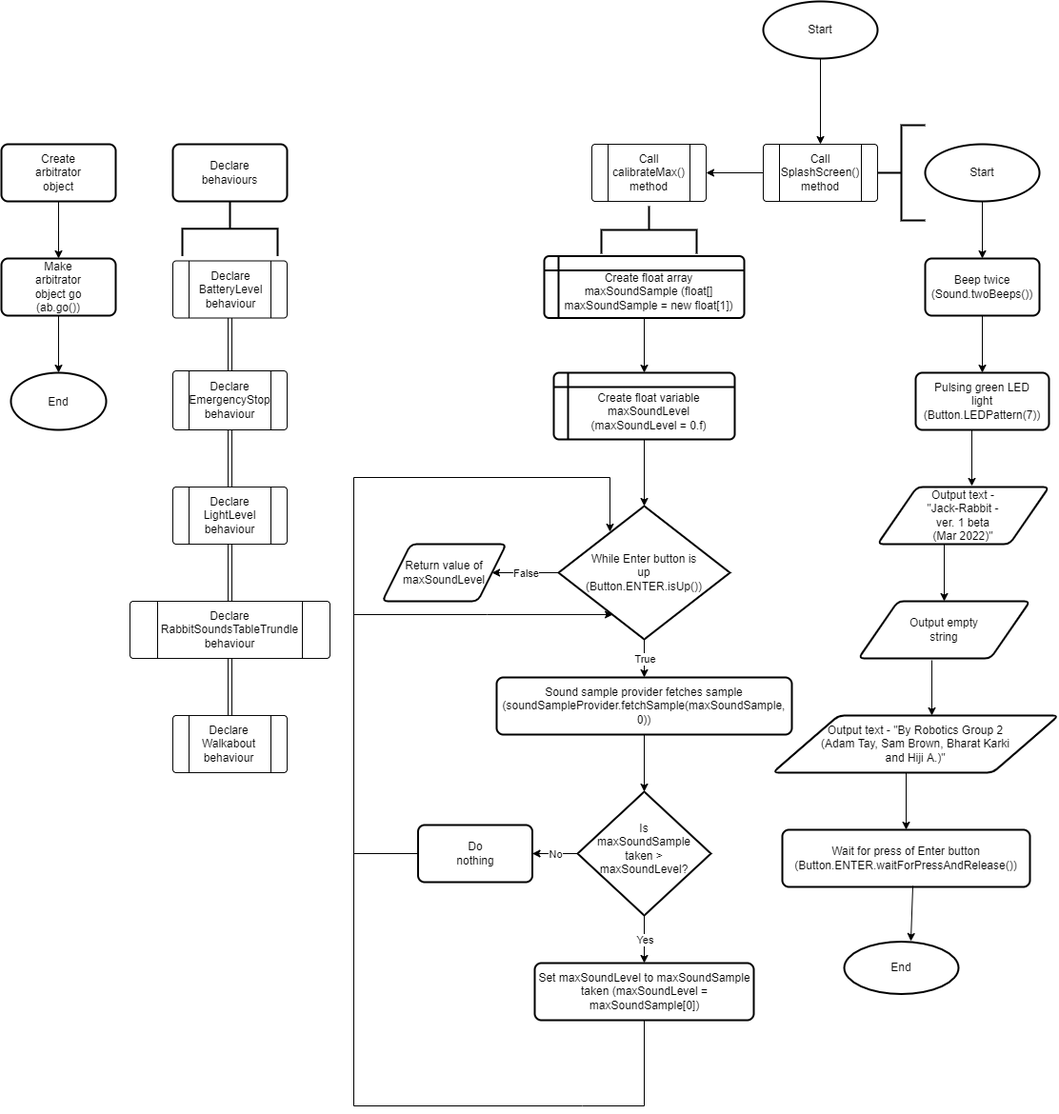
This is Final submission/ControlFlow.png from XLmT09/Bunny-Robot, a draw.io export, as it was before one commit. Source tidied: cells renumbered, new cells last; positions are measured from the earlier drawing's top-left corner, leaving out a move shared by most shapes.
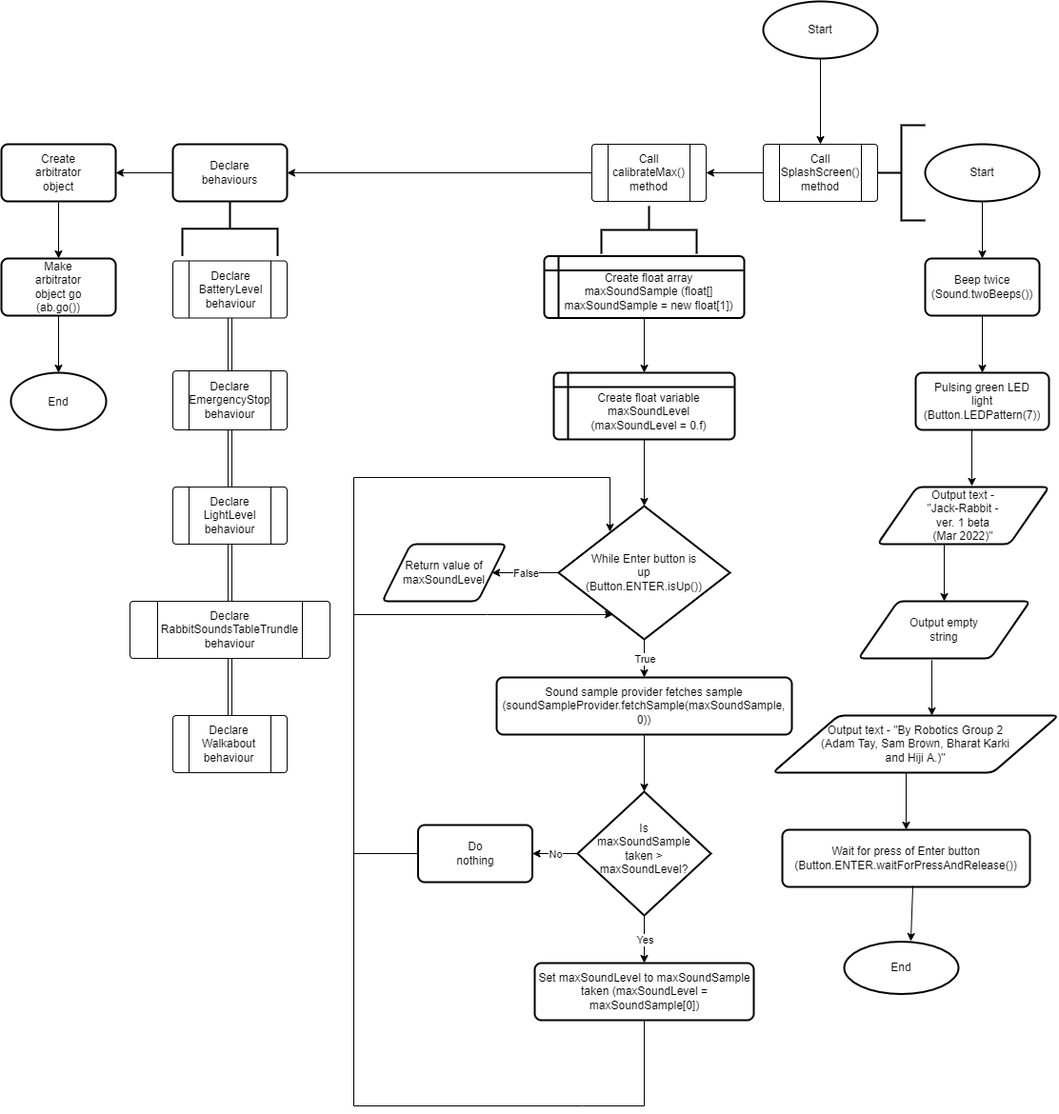
The same file after the commit.

Diff of the diagram source:
```diff
@@ -371,5 +371,11 @@
         </Array>
       </mxGeometry>
     </mxCell>
+    <mxCell id="116" style="endArrow=classic;html=1;rounded=0;sourcePerimeterSpacing=8;targetPerimeterSpacing=8;entryX=1;entryY=0.5;entryDx=0;entryDy=0;exitX=0;exitY=0.5;exitDx=0;exitDy=0;" parent="1" edge="1" source="77" target="40">
+      <mxGeometry relative="1" as="geometry" />
+    </mxCell>
+    <mxCell id="117" style="endArrow=classic;html=1;rounded=0;sourcePerimeterSpacing=8;targetPerimeterSpacing=8;entryX=1;entryY=0.5;entryDx=0;entryDy=0;exitX=0;exitY=0.5;exitDx=0;exitDy=0;" parent="1" edge="1" source="40" target="54">
+      <mxGeometry relative="1" as="geometry" />
+    </mxCell>
   </root>
 </mxGraphModel>
```
